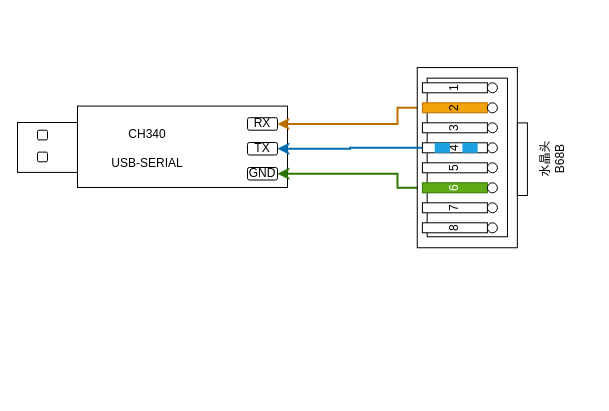
Above: page "写频线" (1 of 2) of attachment/Kenwood.drawio in freebook/Radio (draw.io), before the change. Source tidied: cells renumbered, new cells numbered last; positions are measured from the earlier drawing's top-left corner, leaving out a move shared by most shapes. Both pictures are drawn from the tidied source at 100%, with x=0, y=0 at pixel (17, 55).
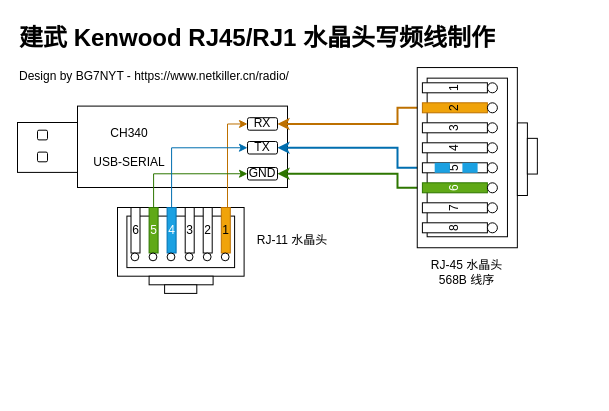
The same page after the edit.

Unchanged cells that the change refers to:
```xml
<mxCell id="6" value="GND" style="rounded=1;whiteSpace=wrap;html=1;" parent="1" vertex="1">
  <mxGeometry x="230" y="112" width="30" height="12.5" as="geometry" />
</mxCell>
<mxCell id="8" value="RX" style="rounded=1;whiteSpace=wrap;html=1;" parent="1" vertex="1">
  <mxGeometry x="230" y="62.2" width="30" height="12.5" as="geometry" />
</mxCell>
<mxCell id="16" value="4" style="rounded=0;whiteSpace=wrap;html=1;rotation=-90;" parent="9" vertex="1">
  <mxGeometry x="32.6" y="47.8" width="10" height="65" as="geometry" />
</mxCell>
<mxCell id="17" value="5" style="rounded=0;whiteSpace=wrap;html=1;rotation=-90;" parent="9" vertex="1">
  <mxGeometry x="32.6" y="67.8" width="10" height="65" as="geometry" />
</mxCell>
```

Change to the diagram source:
```diff
@@
     <mxCell id="7" value="TX" style="rounded=1;whiteSpace=wrap;html=1;" parent="1" vertex="1">
-      <mxGeometry x="230" y="87" width="30" height="12.5" as="geometry" />
+      <mxGeometry x="230" y="86" width="30" height="12.5" as="geometry" />
     </mxCell>
@@
+    <mxCell id="32" style="edgeStyle=orthogonalEdgeStyle;rounded=0;jettySize=auto;html=1;entryX=1;entryY=0.5;entryDx=0;entryDy=0;strokeWidth=2;fillColor=#1ba1e2;strokeColor=#006EAF;exitX=0.5;exitY=0;exitDx=0;exitDy=0;" parent="1" edge="1" source="17" target="7">
+      <mxGeometry relative="1" as="geometry">
+        <Array as="points">
+          <mxPoint x="380" y="112" />
+          <mxPoint x="380" y="92" />
+        </Array>
+      </mxGeometry>
+    </mxCell>
+    <mxCell id="33" value="CH340&lt;div&gt;&lt;br&gt;&lt;/div&gt;&lt;div&gt;USB-SERIAL&lt;/div&gt;" style="text;html=1;align=center;verticalAlign=middle;whiteSpace=wrap;rounded=0;" parent="1" vertex="1">
+      <mxGeometry x="71.6" y="77.2" width="80" height="30" as="geometry" />
+    </mxCell>
+    <mxCell id="34" style="rounded=1;whiteSpace=wrap;html=1;" parent="1" vertex="1">
+      <mxGeometry x="20" y="74.7" width="10" height="9.7" as="geometry" />
+    </mxCell>
+    <mxCell id="35" style="rounded=1;whiteSpace=wrap;html=1;" parent="1" vertex="1">
+      <mxGeometry x="20" y="96.6" width="10" height="9.7" as="geometry" />
+    </mxCell>
+    <mxCell id="36" value="&lt;h1 style=&quot;margin-top: 0px;&quot;&gt;建武 Kenwood RJ45/RJ1 水晶头写频线制作&lt;/h1&gt;&lt;p&gt;Design by BG7NYT - https://www.netkiller.cn/radio/&lt;/p&gt;" style="text;html=1;whiteSpace=wrap;overflow=hidden;rounded=0;" parent="1" vertex="1">
+      <mxGeometry y="-38" width="500" height="80" as="geometry" />
+    </mxCell>
+    <mxCell id="37" style="edgeStyle=orthogonalEdgeStyle;rounded=0;jettySize=auto;html=1;entryX=0;entryY=0.5;entryDx=0;entryDy=0;exitX=0.5;exitY=0;exitDx=0;exitDy=0;fillColor=#f0a30a;strokeColor=#BD7000;" parent="1" edge="1" target="8">
+      <mxGeometry relative="1" as="geometry">
+        <mxPoint x="203.6" y="154.9" as="sourcePoint" />
+        <Array as="points">
+          <mxPoint x="210" y="155" />
+          <mxPoint x="210" y="68" />
+        </Array>
+      </mxGeometry>
+    </mxCell>
+    <mxCell id="38" style="edgeStyle=orthogonalEdgeStyle;rounded=0;jettySize=auto;html=1;entryX=0;entryY=0.5;entryDx=0;entryDy=0;fillColor=#60a917;strokeColor=#2D7600;exitX=0.5;exitY=0;exitDx=0;exitDy=0;" parent="1" edge="1" source="47" target="6">
+      <mxGeometry relative="1" as="geometry">
+        <Array as="points">
+          <mxPoint x="137" y="118" />
+        </Array>
+      </mxGeometry>
+    </mxCell>
+    <mxCell id="39" style="edgeStyle=orthogonalEdgeStyle;rounded=0;jettySize=auto;html=1;entryX=0;entryY=0.5;entryDx=0;entryDy=0;fillColor=#1ba1e2;strokeColor=#006EAF;" parent="1" edge="1" source="46" target="7">
+      <mxGeometry relative="1" as="geometry">
+        <Array as="points">
+          <mxPoint x="154" y="92" />
+        </Array>
+      </mxGeometry>
+    </mxCell>
+    <mxCell id="10" value="&lt;div&gt;RJ-45 水晶头&lt;/div&gt;&lt;div&gt;568B 线序&lt;/div&gt;" style="text;html=1;align=center;verticalAlign=middle;whiteSpace=wrap;rounded=0;rotation=0;" parent="1" vertex="1">
+      <mxGeometry x="411" y="202" width="77.4" height="30" as="geometry" />
+    </mxCell>
+    <mxCell id="40" style="group;flipV=1;rotation=90;" parent="1" vertex="1">
+      <mxGeometry x="71.6" y="136.6" width="248.8" height="154.7" as="geometry" />
+    </mxCell>
+    <mxCell id="41" value="&lt;div&gt;RJ-11&amp;nbsp;&lt;span style=&quot;background-color: transparent; color: light-dark(rgb(0, 0, 0), rgb(255, 255, 255));&quot;&gt;水晶头&lt;/span&gt;&lt;/div&gt;" style="text;html=1;align=center;verticalAlign=middle;whiteSpace=wrap;rounded=0;rotation=0;" parent="40" vertex="1">
+      <mxGeometry x="163.3" y="33.6" width="80.4" height="30" as="geometry" />
+    </mxCell>
+    <mxCell id="42" style="rounded=0;whiteSpace=wrap;html=1;rotation=0;" parent="40" vertex="1">
+      <mxGeometry x="28.4" y="15.4" width="126.6" height="68.7" as="geometry" />
+    </mxCell>
+    <mxCell id="43" style="rounded=0;whiteSpace=wrap;html=1;rotation=0;" parent="40" vertex="1">
+      <mxGeometry x="37.8" y="24" width="107.7" height="51.5" as="geometry" />
+    </mxCell>
+    <mxCell id="44" style="rounded=0;whiteSpace=wrap;html=1;rotation=0;" parent="40" vertex="1">
+      <mxGeometry x="60" y="84.1" width="64" height="8.6" as="geometry" />
+    </mxCell>
+    <mxCell id="45" value="3" style="rounded=0;whiteSpace=wrap;html=1;rotation=0;" parent="40" vertex="1">
+      <mxGeometry x="96.1" y="15.4" width="9" height="45.5" as="geometry" />
+    </mxCell>
+    <mxCell id="46" value="4" style="rounded=0;whiteSpace=wrap;html=1;rotation=0;fillColor=#1ba1e2;fontColor=#ffffff;strokeColor=#006EAF;" parent="40" vertex="1">
+      <mxGeometry x="78" y="15.4" width="9" height="45.5" as="geometry" />
+    </mxCell>
+    <mxCell id="47" value="5" style="rounded=0;whiteSpace=wrap;html=1;rotation=0;fillColor=#60a917;fontColor=#ffffff;strokeColor=#2D7600;" parent="40" vertex="1">
+      <mxGeometry x="60" y="15.4" width="9" height="45.5" as="geometry" />
+    </mxCell>
+    <mxCell id="48" value="6" style="rounded=0;whiteSpace=wrap;html=1;rotation=0;" parent="40" vertex="1">
+      <mxGeometry x="41.9" y="15.4" width="9" height="45.5" as="geometry" />
+    </mxCell>
+    <mxCell id="49" style="ellipse;whiteSpace=wrap;html=1;rotation=0;" parent="40" vertex="1">
+      <mxGeometry x="96.1" y="60.9" width="7.8" height="7.8" as="geometry" />
+    </mxCell>
+    <mxCell id="50" style="ellipse;whiteSpace=wrap;html=1;rotation=0;" parent="40" vertex="1">
+      <mxGeometry x="78" y="60.9" width="7.8" height="7.8" as="geometry" />
+    </mxCell>
+    <mxCell id="51" style="ellipse;whiteSpace=wrap;html=1;rotation=0;" parent="40" vertex="1">
+      <mxGeometry x="60" y="60.9" width="7.8" height="7.8" as="geometry" />
+    </mxCell>
+    <mxCell id="52" style="ellipse;whiteSpace=wrap;html=1;rotation=0;" parent="40" vertex="1">
+      <mxGeometry x="41.9" y="60.9" width="7.8" height="7.8" as="geometry" />
+    </mxCell>
+    <mxCell id="53" value="1" style="rounded=0;whiteSpace=wrap;html=1;rotation=0;fillColor=#f0a30a;fontColor=#000000;strokeColor=#BD7000;" parent="40" vertex="1">
+      <mxGeometry x="132.2" y="15.4" width="9" height="45.5" as="geometry" />
+    </mxCell>
+    <mxCell id="54" value="2" style="rounded=0;whiteSpace=wrap;html=1;rotation=0;" parent="40" vertex="1">
+      <mxGeometry x="114.1" y="15.4" width="9" height="45.5" as="geometry" />
+    </mxCell>
+    <mxCell id="55" style="ellipse;whiteSpace=wrap;html=1;rotation=0;" parent="40" vertex="1">
+      <mxGeometry x="132.2" y="60.9" width="7.8" height="7.8" as="geometry" />
+    </mxCell>
+    <mxCell id="56" style="ellipse;whiteSpace=wrap;html=1;rotation=0;" parent="40" vertex="1">
+      <mxGeometry x="114.2" y="60.9" width="7.8" height="7.8" as="geometry" />
+    </mxCell>
+    <mxCell id="57" style="rounded=0;whiteSpace=wrap;html=1;rotation=0;" parent="40" vertex="1">
+      <mxGeometry x="75.5" y="92.7" width="32.2" height="8.6" as="geometry" />
+    </mxCell>
     <mxCell id="9" style="group;flipV=1;" parent="1" vertex="1">
-      <mxGeometry x="399.8" y="12" width="150.1" height="180.2" as="geometry" />
+      <mxGeometry x="399.8" y="12" width="173.8" height="180.2" as="geometry" />
     </mxCell>
-    <mxCell id="10" value="&lt;div&gt;水晶头&lt;/div&gt;&lt;div&gt;B68B&lt;/div&gt;" style="text;html=1;align=center;verticalAlign=middle;whiteSpace=wrap;rounded=0;rotation=-90;" parent="9" vertex="1">
-      <mxGeometry x="105.1" y="76.7" width="60" height="30" as="geometry" />
-    </mxCell>
@@
     <mxCell id="30" style="rounded=0;whiteSpace=wrap;html=1;fillColor=#1ba1e2;fontColor=#ffffff;strokeColor=none;" parent="9" vertex="1">
-      <mxGeometry x="45.1" y="75.3" width="15.2" height="10" as="geometry" />
+      <mxGeometry x="45.1" y="95.3" width="15.2" height="10" as="geometry" />
     </mxCell>
     <mxCell id="31" style="rounded=0;whiteSpace=wrap;html=1;fillColor=#1ba1e2;fontColor=#ffffff;strokeColor=none;" parent="9" vertex="1">
-      <mxGeometry x="17.4" y="75.3" width="15.2" height="10" as="geometry" />
+      <mxGeometry x="17.4" y="95.3" width="15.2" height="10" as="geometry" />
     </mxCell>
-    <mxCell id="32" style="edgeStyle=orthogonalEdgeStyle;rounded=0;jettySize=auto;html=1;entryX=1;entryY=0.5;entryDx=0;entryDy=0;strokeWidth=2;fillColor=#1ba1e2;strokeColor=#006EAF;" parent="1" edge="1" source="16" target="7">
-      <mxGeometry relative="1" as="geometry" />
-    </mxCell>
-    <mxCell id="33" value="CH340&lt;div&gt;&lt;br&gt;&lt;/div&gt;&lt;div&gt;USB-SERIAL&lt;/div&gt;" style="text;html=1;align=center;verticalAlign=middle;whiteSpace=wrap;rounded=0;" parent="1" vertex="1">
-      <mxGeometry x="90" y="78.2" width="80" height="30" as="geometry" />
-    </mxCell>
-    <mxCell id="34" style="rounded=1;whiteSpace=wrap;html=1;" parent="1" vertex="1">
-      <mxGeometry x="20" y="74.7" width="10" height="9.7" as="geometry" />
-    </mxCell>
-    <mxCell id="35" style="rounded=1;whiteSpace=wrap;html=1;" parent="1" vertex="1">
-      <mxGeometry x="20" y="96.6" width="10" height="9.7" as="geometry" />
-    </mxCell>
+    <mxCell id="58" style="rounded=0;whiteSpace=wrap;html=1;rotation=-90;" parent="1" vertex="1">
+      <mxGeometry x="497" y="95.7" width="35.7" height="10" as="geometry" />
+    </mxCell>
```
